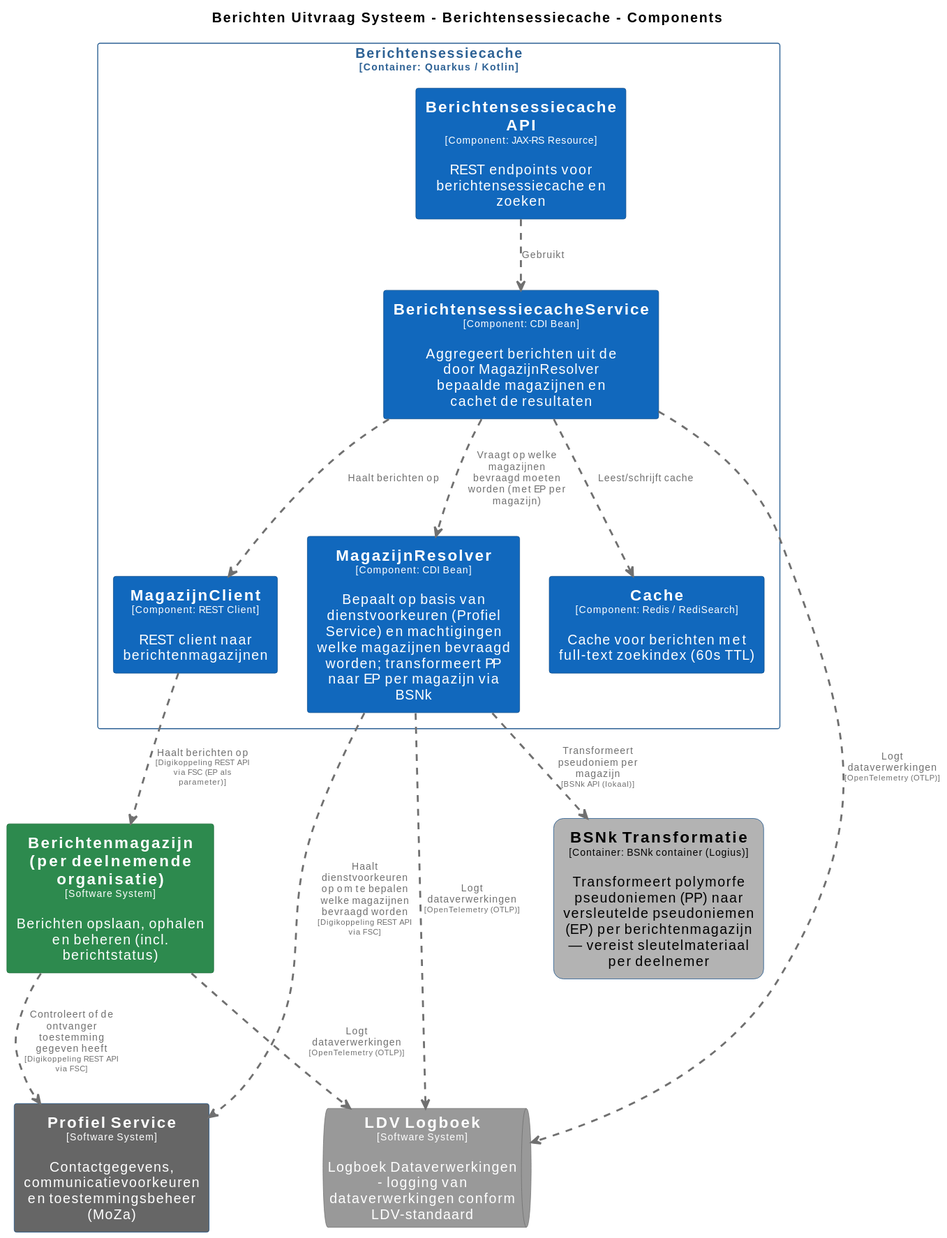
This is pr-preview/pr-22/master/svg/BerichtensessiecacheComponenten.svg from MinBZK/moza-poc-fbs-berichtenbox, a PlantUML export, as it was before one commit. Its source is kept beside it as pr-preview/pr-22/master/puml/BerichtensessiecacheComponenten.puml.
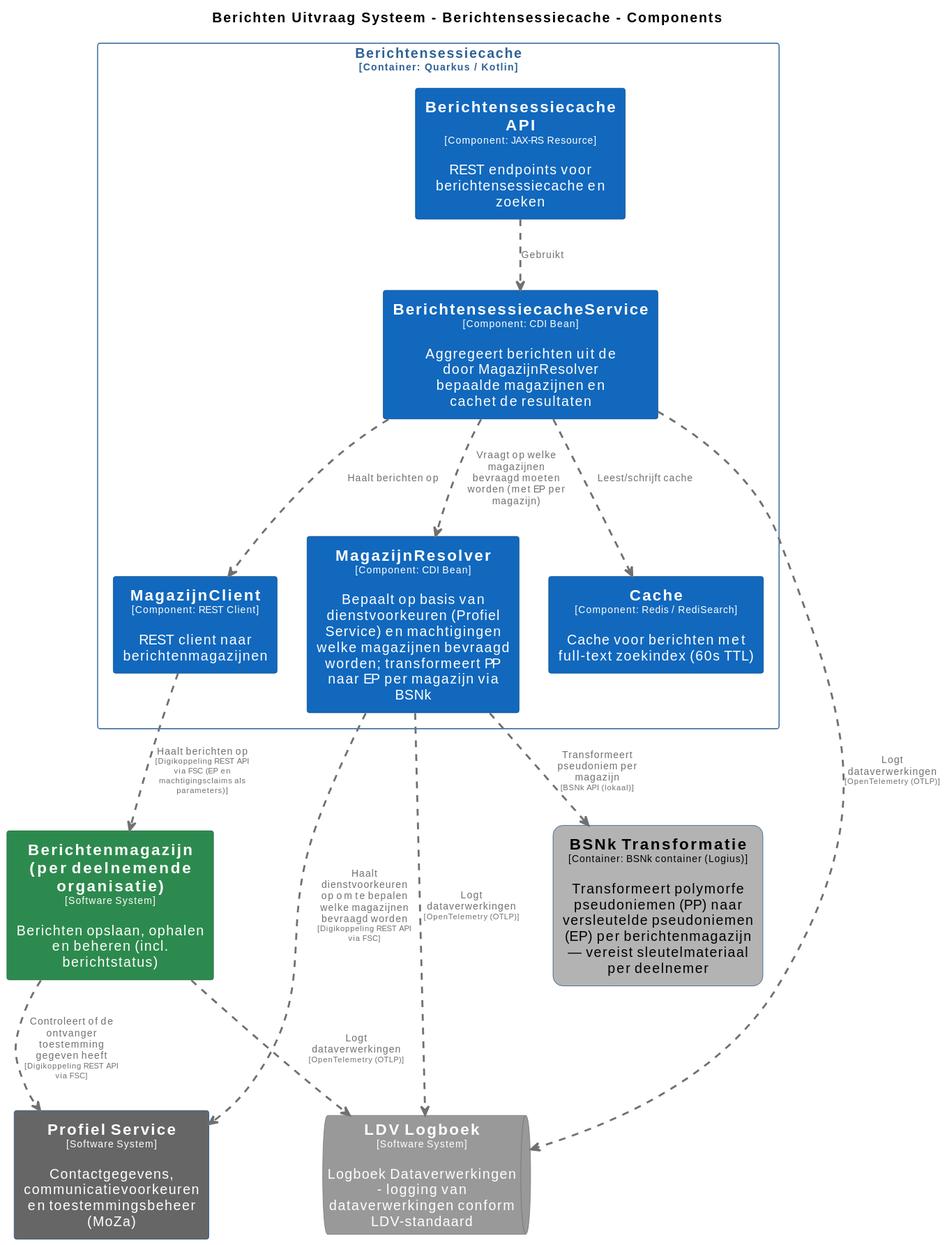
After the change.

What changed in the source:
```diff
@@ -89,8 +89,9 @@
   rectangle "==MagazijnClient\n<size:10>[Component: REST Client]</size>\n\nREST client naar berichtenmagazijnen" <<BerichtenUitvraagSysteem.Berichtensessiecache.MagazijnClient>> as BerichtenUitvraagSysteem.Berichtensessiecache.MagazijnClient
 }
 
+Berichtenmagazijnperdeelnemendeorganisatie .[#707070,thickness=2].> ProfielService : "<color:#707070>Controleert of de ontvanger toestemming gegeven heeft\n<color:#707070><size:8>[Digikoppeling REST API via FSC]</size>"
 BerichtenUitvraagSysteem.Berichtensessiecache.MagazijnResolver .[#707070,thickness=2].> ProfielService : "<color:#707070>Haalt dienstvoorkeuren op om te bepalen welke magazijnen bevraagd worden\n<color:#707070><size:8>[Digikoppeling REST API via FSC]</size>"
-BerichtenUitvraagSysteem.Berichtensessiecache.MagazijnClient .[#707070,thickness=2].> Berichtenmagazijnperdeelnemendeorganisatie : "<color:#707070>Haalt berichten op\n<color:#707070><size:8>[Digikoppeling REST API via FSC (EP als parameter)]</size>"
+BerichtenUitvraagSysteem.Berichtensessiecache.MagazijnClient .[#707070,thickness=2].> Berichtenmagazijnperdeelnemendeorganisatie : "<color:#707070>Haalt berichten op\n<color:#707070><size:8>[Digikoppeling REST API via FSC (EP en machtigingsclaims als parameters)]</size>"
 Berichtenmagazijnperdeelnemendeorganisatie .[#707070,thickness=2].> LDVLogboek : "<color:#707070>Logt dataverwerkingen\n<color:#707070><size:8>[OpenTelemetry (OTLP)]</size>"
 BerichtenUitvraagSysteem.Berichtensessiecache.BerichtensessiecacheService .[#707070,thickness=2].> LDVLogboek : "<color:#707070>Logt dataverwerkingen\n<color:#707070><size:8>[OpenTelemetry (OTLP)]</size>"
 BerichtenUitvraagSysteem.Berichtensessiecache.MagazijnResolver .[#707070,thickness=2].> LDVLogboek : "<color:#707070>Logt dataverwerkingen\n<color:#707070><size:8>[OpenTelemetry (OTLP)]</size>"
@@ -99,5 +100,4 @@
 BerichtenUitvraagSysteem.Berichtensessiecache.BerichtensessiecacheService .[#707070,thickness=2].> BerichtenUitvraagSysteem.Berichtensessiecache.Cache : "<color:#707070>Leest/schrijft cache"
 BerichtenUitvraagSysteem.Berichtensessiecache.BerichtensessiecacheService .[#707070,thickness=2].> BerichtenUitvraagSysteem.Berichtensessiecache.MagazijnClient : "<color:#707070>Haalt berichten op"
 BerichtenUitvraagSysteem.Berichtensessiecache.MagazijnResolver .[#707070,thickness=2].> BerichtenUitvraagSysteem.BSNkTransformatie : "<color:#707070>Transformeert pseudoniem per magazijn\n<color:#707070><size:8>[BSNk API (lokaal)]</size>"
-Berichtenmagazijnperdeelnemendeorganisatie .[#707070,thickness=2].> ProfielService : "<color:#707070>Controleert of de ontvanger toestemming gegeven heeft\n<color:#707070><size:8>[Digikoppeling REST API via FSC]</size>"
 @enduml
```
